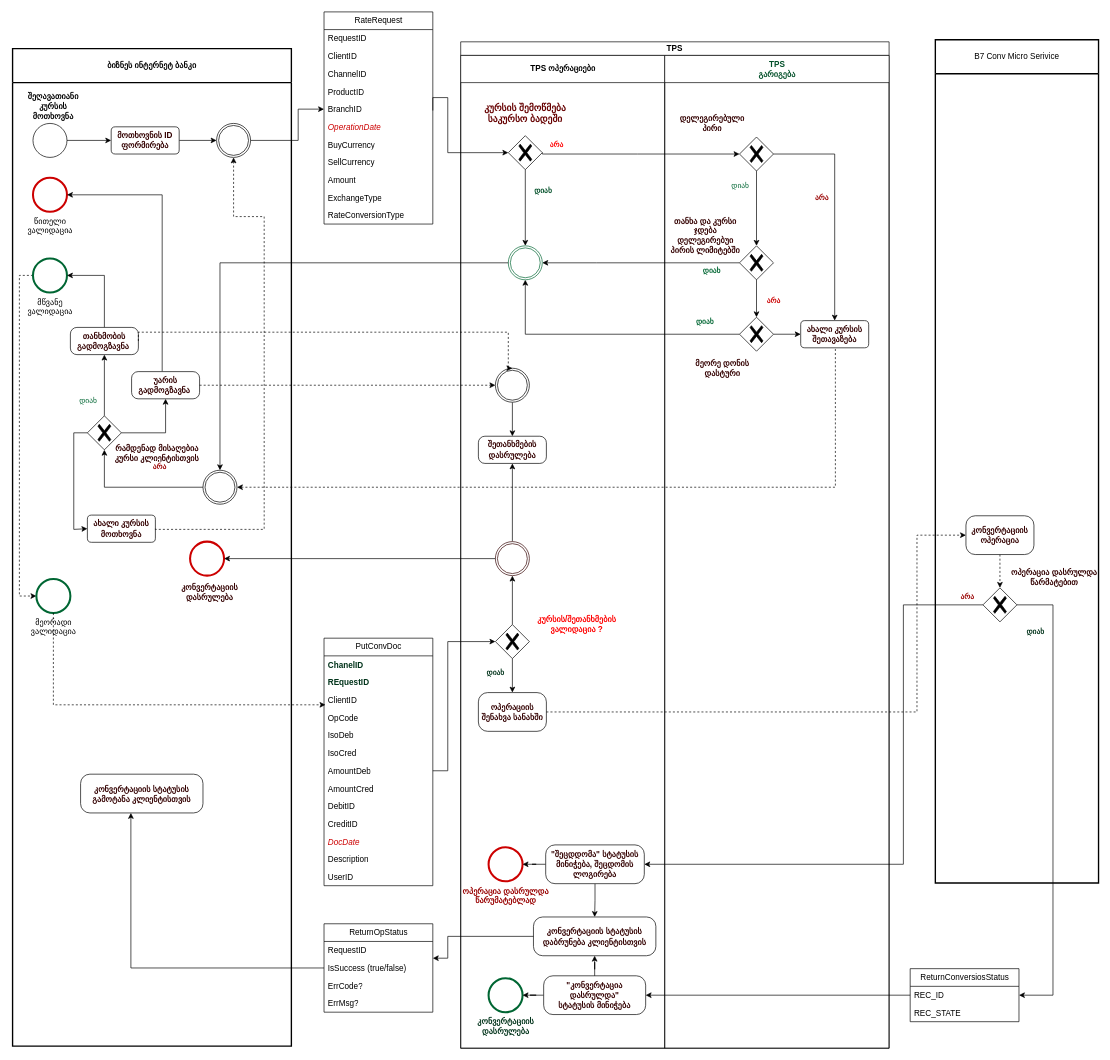
This is page "შეღავათიანიi კურსზე შეთანხმება" (1 of 4) of RateDealProcessDiagram.drawio from vaso514d/drawio, a draw.io file, before an edit. Source tidied: cells renumbered, new cells numbered last; positions are measured from the earlier drawing's top-left corner, leaving out a move shared by most shapes. Both pictures are drawn from the tidied source at 68%, with x=0, y=0 at pixel (12, 12).
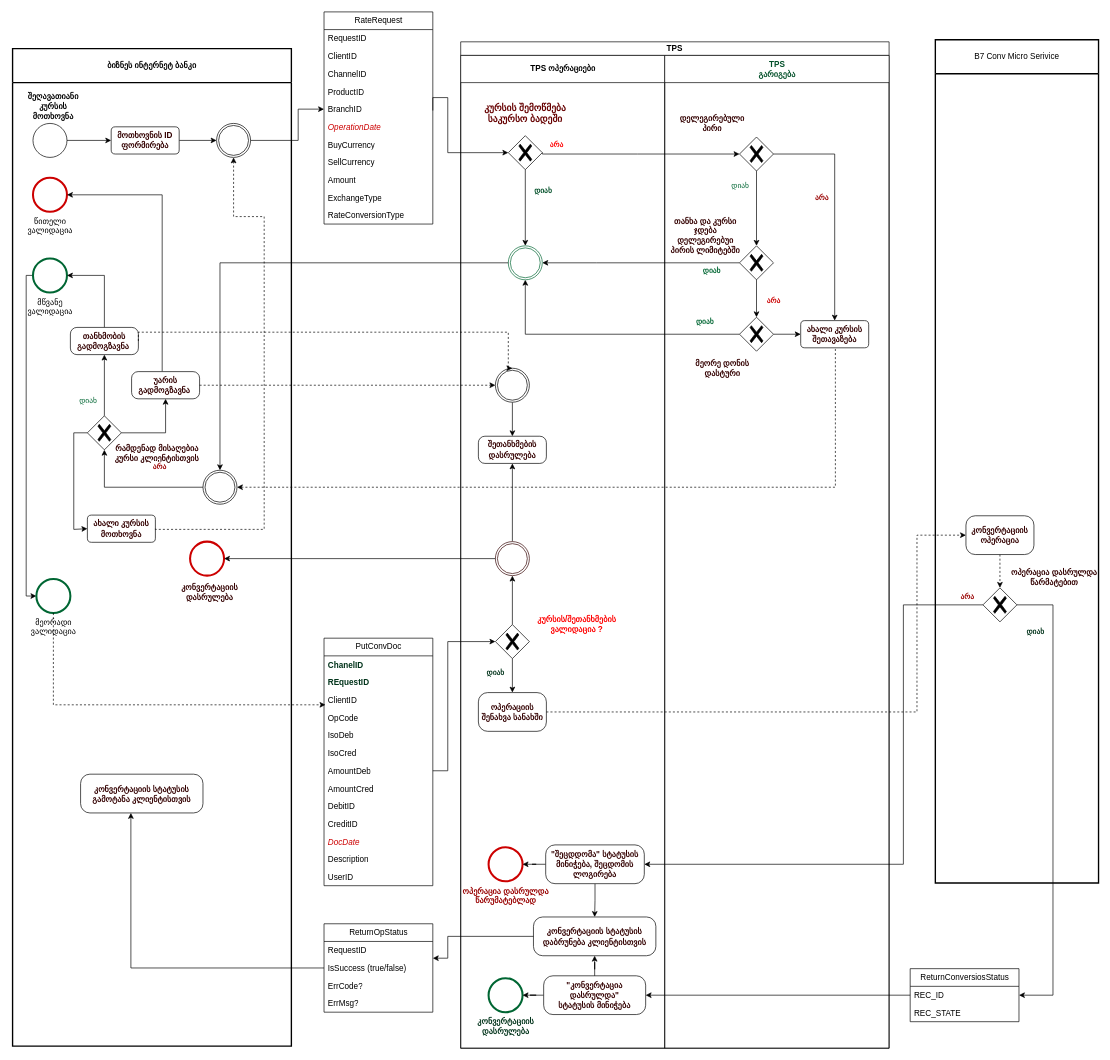
Above is the later version.

Unchanged cells that the change refers to:
```xml
<mxCell id="2" value="&lt;b&gt;ბიზნეს ინტერნეტ ბანკი&lt;/b&gt;" style="swimlane;html=1;startSize=50;fontStyle=0;horizontal=1;swimlaneLine=1;strokeWidth=2;swimlaneFillColor=#ffffff;whiteSpace=wrap;" parent="1" vertex="1">
  <mxGeometry y="54" width="410" height="1467" as="geometry" />
</mxCell>
<mxCell id="5" value="მწვანე&lt;br&gt;ვალიდაცია" style="points=[[0.145,0.145,0],[0.5,0,0],[0.855,0.145,0],[1,0.5,0],[0.855,0.855,0],[0.5,1,0],[0.145,0.855,0],[0,0.5,0]];shape=mxgraph.bpmn.event;html=1;verticalLabelPosition=bottom;labelBackgroundColor=#ffffff;verticalAlign=top;align=center;perimeter=ellipsePerimeter;outlineConnect=0;outline=end;symbol=terminate2;fontColor=#000000;strokeColor=#006633;" parent="2" vertex="1">
  <mxGeometry x="30" y="308.5" width="50" height="50" as="geometry" />
</mxCell>
<mxCell id="27" value="მეორადი&lt;br&gt;ვალიდაცია" style="points=[[0.145,0.145,0],[0.5,0,0],[0.855,0.145,0],[1,0.5,0],[0.855,0.855,0],[0.5,1,0],[0.145,0.855,0],[0,0.5,0]];shape=mxgraph.bpmn.event;html=1;verticalLabelPosition=bottom;labelBackgroundColor=#ffffff;verticalAlign=top;align=center;perimeter=ellipsePerimeter;outlineConnect=0;outline=end;symbol=terminate2;fontColor=#000000;strokeColor=#006633;" parent="2" vertex="1">
  <mxGeometry x="35" y="780" width="50" height="50" as="geometry" />
</mxCell>
```

Change to the diagram source:
```diff
@@
-    <mxCell id="4" style="edgeStyle=orthogonalEdgeStyle;rounded=0;jettySize=auto;html=1;entryX=0;entryY=0.5;entryDx=0;entryDy=0;entryPerimeter=0;dashed=1;fontColor=#00331A;" parent="2" edge="1" source="5" target="27">
+    <mxCell id="4" style="edgeStyle=orthogonalEdgeStyle;rounded=0;jettySize=auto;html=1;entryX=0;entryY=0.5;entryDx=0;entryDy=0;entryPerimeter=0;fontColor=#00331A;" parent="2" edge="1" source="5" target="27">
       <mxGeometry relative="1" as="geometry">
         <Array as="points">
-          <mxPoint x="10" y="334" />
-          <mxPoint x="10" y="805" />
+          <mxPoint x="20" y="334" />
+          <mxPoint x="20" y="805" />
         </Array>
       </mxGeometry>
     </mxCell>
```
